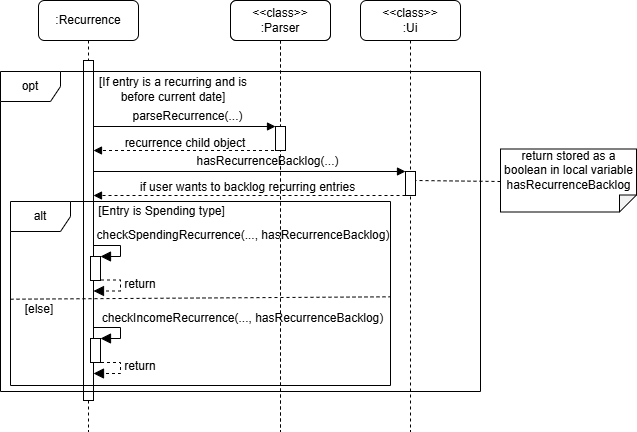
Before: docs/Diagrams/Recurrence/recurrenceBacklogSD.png, a diagram exported from draw.io (wongwh2002/CS2113TeamProject). Source tidied: cells renumbered, new cells last; positions are measured from the earlier drawing's top-left corner, leaving out a move shared by most shapes.
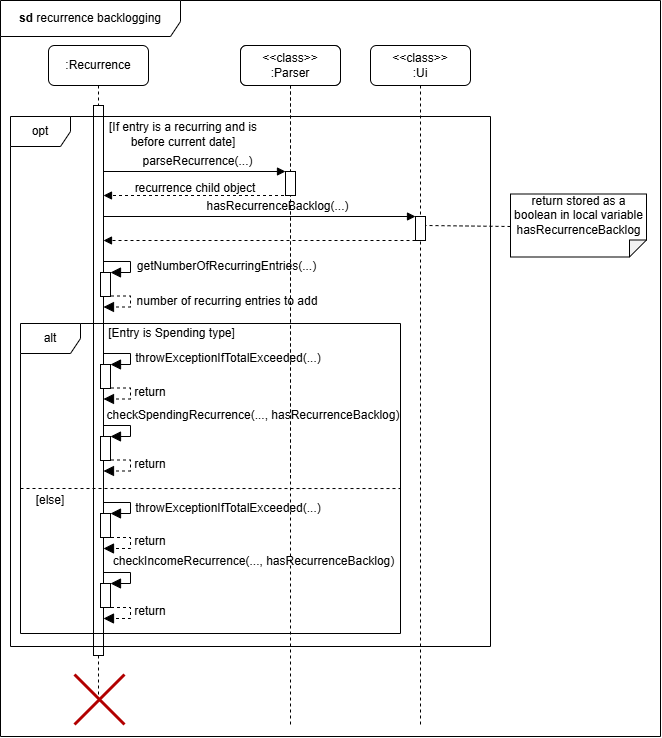
After the change.

Diff of the diagram source:
```diff
@@ -3,16 +3,16 @@
     <mxCell id="0" />
     <mxCell id="1" parent="0" />
     <mxCell id="2" value=":Recurrence" style="shape=umlLifeline;rounded=1;perimeter=lifelinePerimeter;whiteSpace=wrap;html=1;newEdgeStyle={&quot;edgeStyle&quot;:&quot;elbowEdgeStyle&quot;,&quot;elbow&quot;:&quot;vertical&quot;,&quot;curved&quot;:0,&quot;rounded&quot;:0};" parent="1" vertex="1">
-      <mxGeometry x="38" width="100" height="431" as="geometry" />
+      <mxGeometry x="38" width="100" height="651" as="geometry" />
     </mxCell>
     <mxCell id="3" style="html=1;perimeter=orthogonalPerimeter;targetShapes=umlLifeline;newEdgeStyle={&quot;edgeStyle&quot;:&quot;elbowEdgeStyle&quot;,&quot;elbow&quot;:&quot;vertical&quot;,&quot;curved&quot;:0,&quot;rounded&quot;:0};" parent="2" vertex="1">
-      <mxGeometry x="45" y="60" width="10" height="340" as="geometry" />
+      <mxGeometry x="45" y="60" width="10" height="550" as="geometry" />
     </mxCell>
     <mxCell id="4" style="html=1;perimeter=orthogonalPerimeter;targetShapes=umlLifeline;newEdgeStyle={&quot;edgeStyle&quot;:&quot;elbowEdgeStyle&quot;,&quot;elbow&quot;:&quot;vertical&quot;,&quot;curved&quot;:0,&quot;rounded&quot;:0};" parent="2" vertex="1">
-      <mxGeometry x="52" y="338" width="10" height="24" as="geometry" />
+      <mxGeometry x="52" y="538" width="10" height="24" as="geometry" />
     </mxCell>
     <mxCell id="5" value="opt" style="shape=umlFrame;whiteSpace=wrap;html=1;" parent="1" vertex="1">
-      <mxGeometry y="71" width="480" height="320" as="geometry" />
+      <mxGeometry y="71" width="480" height="530" as="geometry" />
     </mxCell>
     <mxCell id="6" value="[If entry is a recurring and is before current date]" style="text;html=1;align=center;verticalAlign=middle;whiteSpace=wrap;rounded=0;" parent="1" vertex="1">
       <mxGeometry x="85" y="74" width="176" height="30" as="geometry" />
@@ -46,13 +46,13 @@
       </mxGeometry>
     </mxCell>
     <mxCell id="14" value="&amp;lt;&amp;lt;class&amp;gt;&amp;gt;&lt;br&gt;:Parser" style="shape=umlLifeline;rounded=1;perimeter=lifelinePerimeter;whiteSpace=wrap;html=1;newEdgeStyle={&quot;edgeStyle&quot;:&quot;elbowEdgeStyle&quot;,&quot;elbow&quot;:&quot;vertical&quot;,&quot;curved&quot;:0,&quot;rounded&quot;:0};" parent="1" vertex="1">
-      <mxGeometry x="230" width="100" height="431" as="geometry" />
+      <mxGeometry x="230" width="100" height="681" as="geometry" />
     </mxCell>
     <mxCell id="15" style="html=1;perimeter=orthogonalPerimeter;targetShapes=umlLifeline;newEdgeStyle={&quot;edgeStyle&quot;:&quot;elbowEdgeStyle&quot;,&quot;elbow&quot;:&quot;vertical&quot;,&quot;curved&quot;:0,&quot;rounded&quot;:0};" parent="14" vertex="1">
       <mxGeometry x="45" y="126" width="10" height="24" as="geometry" />
     </mxCell>
     <mxCell id="16" value="&amp;lt;&amp;lt;class&amp;gt;&amp;gt;&lt;br&gt;:Ui" style="shape=umlLifeline;rounded=1;perimeter=lifelinePerimeter;whiteSpace=wrap;html=1;newEdgeStyle={&quot;edgeStyle&quot;:&quot;elbowEdgeStyle&quot;,&quot;elbow&quot;:&quot;vertical&quot;,&quot;curved&quot;:0,&quot;rounded&quot;:0};" parent="1" vertex="1">
-      <mxGeometry x="360" width="100" height="431" as="geometry" />
+      <mxGeometry x="360" width="100" height="681" as="geometry" />
     </mxCell>
     <mxCell id="17" style="html=1;points=[];perimeter=orthogonalPerimeter;outlineConnect=0;targetShapes=umlLifeline;portConstraint=eastwest;newEdgeStyle={&quot;edgeStyle&quot;:&quot;elbowEdgeStyle&quot;,&quot;elbow&quot;:&quot;vertical&quot;,&quot;curved&quot;:0,&quot;rounded&quot;:0};" parent="16" vertex="1">
       <mxGeometry x="45" y="171" width="10" height="24" as="geometry" />
@@ -65,56 +65,59 @@
         <mxPoint x="93" y="195" as="targetPoint" />
       </mxGeometry>
     </mxCell>
-    <mxCell id="20" value="if user wants to backlog recurring entries" style="text;html=1;align=center;verticalAlign=middle;whiteSpace=wrap;rounded=0;" parent="1" vertex="1">
-      <mxGeometry x="110" y="177" width="275" height="20" as="geometry" />
+    <mxCell id="20" value="getNumberOfRecurringEntries(...)" style="text;html=1;align=center;verticalAlign=middle;whiteSpace=wrap;rounded=0;" parent="1" vertex="1">
+      <mxGeometry x="123.5" y="211" width="185" height="20" as="geometry" />
     </mxCell>
     <mxCell id="21" value="alt" style="shape=umlFrame;whiteSpace=wrap;html=1;" parent="1" vertex="1">
-      <mxGeometry x="10" y="201" width="380" height="184" as="geometry" />
+      <mxGeometry x="10" y="278" width="380" height="310" as="geometry" />
     </mxCell>
-    <mxCell id="22" style="endArrow=none;dashed=1;html=1;rounded=0;exitX=0;exitY=0.531;exitDx=0;exitDy=0;exitPerimeter=0;entryX=1;entryY=0.518;entryDx=0;entryDy=0;entryPerimeter=0;" parent="1" edge="1" source="21" target="21">
-      <mxGeometry relative="1" as="geometry" />
+    <mxCell id="22" style="endArrow=none;dashed=1;html=1;rounded=0;entryX=1;entryY=0.518;entryDx=0;entryDy=0;entryPerimeter=0;" parent="1" edge="1">
+      <mxGeometry relative="1" as="geometry">
+        <mxPoint x="10" y="443" as="sourcePoint" />
+        <mxPoint x="390" y="443" as="targetPoint" />
+      </mxGeometry>
     </mxCell>
     <mxCell id="23" style="html=1;perimeter=orthogonalPerimeter;targetShapes=umlLifeline;newEdgeStyle={&quot;edgeStyle&quot;:&quot;elbowEdgeStyle&quot;,&quot;elbow&quot;:&quot;vertical&quot;,&quot;curved&quot;:0,&quot;rounded&quot;:0};" parent="1" vertex="1">
-      <mxGeometry x="90" y="256" width="10" height="24" as="geometry" />
+      <mxGeometry x="90" y="391" width="10" height="24" as="geometry" />
     </mxCell>
     <mxCell id="24" style="edgeStyle=elbowEdgeStyle;elbow=horizontal;endArrow=block;html=1;curved=0;rounded=0;endSize=8;startSize=8;endFill=1;" parent="1" edge="1">
       <mxGeometry relative="1" as="geometry">
-        <mxPoint x="93" y="245" as="sourcePoint" />
-        <mxPoint x="100" y="256" as="targetPoint" />
+        <mxPoint x="93" y="380" as="sourcePoint" />
+        <mxPoint x="100" y="391" as="targetPoint" />
         <Array as="points">
-          <mxPoint x="120" y="245" />
+          <mxPoint x="120" y="380" />
         </Array>
       </mxGeometry>
     </mxCell>
     <mxCell id="25" value="checkSpendingRecurrence(..., hasRecurrenceBacklog)" style="text;html=1;align=center;verticalAlign=middle;whiteSpace=wrap;rounded=0;" parent="1" vertex="1">
-      <mxGeometry x="93" y="225" width="300" height="20" as="geometry" />
+      <mxGeometry x="93" y="360" width="300" height="20" as="geometry" />
     </mxCell>
     <mxCell id="26" value="checkIncomeRecurrence(..., hasRecurrenceBacklog)" style="text;html=1;align=center;verticalAlign=middle;whiteSpace=wrap;rounded=0;" parent="1" vertex="1">
-      <mxGeometry x="90" y="308" width="305" height="20" as="geometry" />
+      <mxGeometry x="90.5" y="505.5" width="305" height="20" as="geometry" />
     </mxCell>
     <mxCell id="27" style="edgeStyle=elbowEdgeStyle;elbow=horizontal;endArrow=block;html=1;curved=0;rounded=0;endSize=8;startSize=8;endFill=1;" parent="1" edge="1">
       <mxGeometry relative="1" as="geometry">
-        <mxPoint x="93" y="327" as="sourcePoint" />
-        <mxPoint x="100" y="338" as="targetPoint" />
+        <mxPoint x="93" y="527" as="sourcePoint" />
+        <mxPoint x="100" y="538" as="targetPoint" />
         <Array as="points">
-          <mxPoint x="120" y="377" />
+          <mxPoint x="120" y="577" />
         </Array>
       </mxGeometry>
     </mxCell>
     <mxCell id="28" style="edgeStyle=elbowEdgeStyle;elbow=horizontal;endArrow=block;html=1;curved=0;rounded=0;endSize=8;startSize=8;endFill=1;entryX=0.954;entryY=0.557;entryDx=0;entryDy=0;entryPerimeter=0;dashed=1;" parent="1" edge="1">
       <mxGeometry relative="1" as="geometry">
-        <mxPoint x="100.5" y="362" as="sourcePoint" />
-        <mxPoint x="93" y="373" as="targetPoint" />
+        <mxPoint x="100.5" y="562" as="sourcePoint" />
+        <mxPoint x="93" y="573" as="targetPoint" />
         <Array as="points">
-          <mxPoint x="120" y="362" />
+          <mxPoint x="120" y="562" />
         </Array>
       </mxGeometry>
     </mxCell>
     <mxCell id="29" value="return" style="text;html=1;align=center;verticalAlign=middle;whiteSpace=wrap;rounded=0;" parent="1" vertex="1">
-      <mxGeometry x="110" y="269" width="60" height="30" as="geometry" />
+      <mxGeometry x="110" y="404" width="60" height="30" as="geometry" />
     </mxCell>
     <mxCell id="30" value="return" style="text;html=1;align=center;verticalAlign=middle;whiteSpace=wrap;rounded=0;" parent="1" vertex="1">
-      <mxGeometry x="110" y="351" width="60" height="30" as="geometry" />
+      <mxGeometry x="110" y="551" width="60" height="30" as="geometry" />
     </mxCell>
     <mxCell id="31" style="shape=note;whiteSpace=wrap;html=1;backgroundOutline=1;darkOpacity=0.05;rotation=-90;flipV=1;flipH=1;fontSize=12;size=17;" parent="1" vertex="1">
       <mxGeometry x="536.5" y="112" width="63" height="136" as="geometry" />
@@ -130,18 +133,102 @@
     </mxCell>
     <mxCell id="34" style="edgeStyle=elbowEdgeStyle;elbow=horizontal;endArrow=block;html=1;curved=0;rounded=0;endSize=8;startSize=8;endFill=1;entryX=0.954;entryY=0.557;entryDx=0;entryDy=0;entryPerimeter=0;dashed=1;" parent="1" edge="1">
       <mxGeometry relative="1" as="geometry">
-        <mxPoint x="100.5" y="279.5" as="sourcePoint" />
-        <mxPoint x="93" y="290.5" as="targetPoint" />
+        <mxPoint x="100.5" y="414.5" as="sourcePoint" />
+        <mxPoint x="93" y="425.5" as="targetPoint" />
         <Array as="points">
-          <mxPoint x="120" y="279.5" />
+          <mxPoint x="120" y="414.5" />
         </Array>
       </mxGeometry>
     </mxCell>
     <mxCell id="35" value="[else]" style="text;html=1;align=center;verticalAlign=middle;whiteSpace=wrap;rounded=0;" parent="1" vertex="1">
-      <mxGeometry x="9" y="302" width="60" height="13" as="geometry" />
+      <mxGeometry x="10" y="448" width="60" height="13" as="geometry" />
     </mxCell>
     <mxCell id="36" value="[Entry is Spending type]" style="text;html=1;align=center;verticalAlign=middle;whiteSpace=wrap;rounded=0;" parent="1" vertex="1">
-      <mxGeometry x="94" y="204" width="135" height="13" as="geometry" />
+      <mxGeometry x="94" y="281" width="135" height="13" as="geometry" />
     </mxCell>
+    <mxCell id="37" value="&lt;b&gt;sd &lt;/b&gt;recurrence backlogging" style="shape=umlFrame;whiteSpace=wrap;html=1;width=180;height=36;" parent="1" vertex="1">
+      <mxGeometry x="-10" y="-45" width="660" height="736" as="geometry" />
+    </mxCell>
+    <mxCell id="38" style="html=1;perimeter=orthogonalPerimeter;targetShapes=umlLifeline;newEdgeStyle={&quot;edgeStyle&quot;:&quot;elbowEdgeStyle&quot;,&quot;elbow&quot;:&quot;vertical&quot;,&quot;curved&quot;:0,&quot;rounded&quot;:0};" parent="1" vertex="1">
+      <mxGeometry x="90" y="319" width="10" height="24" as="geometry" />
+    </mxCell>
+    <mxCell id="39" style="edgeStyle=elbowEdgeStyle;elbow=horizontal;endArrow=block;html=1;curved=0;rounded=0;endSize=8;startSize=8;endFill=1;" parent="1" edge="1">
+      <mxGeometry relative="1" as="geometry">
+        <mxPoint x="93" y="308" as="sourcePoint" />
+        <mxPoint x="100" y="319" as="targetPoint" />
+        <Array as="points">
+          <mxPoint x="120" y="308" />
+        </Array>
+      </mxGeometry>
+    </mxCell>
+    <mxCell id="40" value="return" style="text;html=1;align=center;verticalAlign=middle;whiteSpace=wrap;rounded=0;" parent="1" vertex="1">
+      <mxGeometry x="110" y="332" width="60" height="30" as="geometry" />
+    </mxCell>
+    <mxCell id="41" style="edgeStyle=elbowEdgeStyle;elbow=horizontal;endArrow=block;html=1;curved=0;rounded=0;endSize=8;startSize=8;endFill=1;entryX=0.954;entryY=0.557;entryDx=0;entryDy=0;entryPerimeter=0;dashed=1;" parent="1" edge="1">
+      <mxGeometry relative="1" as="geometry">
+        <mxPoint x="100.5" y="342.5" as="sourcePoint" />
+        <mxPoint x="93" y="353.5" as="targetPoint" />
+        <Array as="points">
+          <mxPoint x="120" y="342.5" />
+        </Array>
+      </mxGeometry>
+    </mxCell>
+    <mxCell id="42" style="html=1;perimeter=orthogonalPerimeter;targetShapes=umlLifeline;newEdgeStyle={&quot;edgeStyle&quot;:&quot;elbowEdgeStyle&quot;,&quot;elbow&quot;:&quot;vertical&quot;,&quot;curved&quot;:0,&quot;rounded&quot;:0};" parent="1" vertex="1">
+      <mxGeometry x="90" y="468" width="10" height="24" as="geometry" />
+    </mxCell>
+    <mxCell id="43" style="edgeStyle=elbowEdgeStyle;elbow=horizontal;endArrow=block;html=1;curved=0;rounded=0;endSize=8;startSize=8;endFill=1;" parent="1" edge="1">
+      <mxGeometry relative="1" as="geometry">
+        <mxPoint x="93" y="457" as="sourcePoint" />
+        <mxPoint x="100" y="468" as="targetPoint" />
+        <Array as="points">
+          <mxPoint x="120" y="507" />
+        </Array>
+      </mxGeometry>
+    </mxCell>
+    <mxCell id="44" style="edgeStyle=elbowEdgeStyle;elbow=horizontal;endArrow=block;html=1;curved=0;rounded=0;endSize=8;startSize=8;endFill=1;entryX=0.954;entryY=0.557;entryDx=0;entryDy=0;entryPerimeter=0;dashed=1;" parent="1" edge="1">
+      <mxGeometry relative="1" as="geometry">
+        <mxPoint x="100.5" y="492" as="sourcePoint" />
+        <mxPoint x="93" y="503" as="targetPoint" />
+        <Array as="points">
+          <mxPoint x="120" y="492" />
+        </Array>
+      </mxGeometry>
+    </mxCell>
+    <mxCell id="45" value="return" style="text;html=1;align=center;verticalAlign=middle;whiteSpace=wrap;rounded=0;" parent="1" vertex="1">
+      <mxGeometry x="110" y="481" width="60" height="30" as="geometry" />
+    </mxCell>
+    <mxCell id="46" value="throwExceptionIfTotalExceeded(...)" style="text;html=1;align=center;verticalAlign=middle;whiteSpace=wrap;rounded=0;" parent="1" vertex="1">
+      <mxGeometry x="118" y="303" width="200" height="20" as="geometry" />
+    </mxCell>
+    <mxCell id="47" value="throwExceptionIfTotalExceeded(...)" style="text;html=1;align=center;verticalAlign=middle;whiteSpace=wrap;rounded=0;" parent="1" vertex="1">
+      <mxGeometry x="118" y="453" width="200" height="20" as="geometry" />
+    </mxCell>
+    <mxCell id="48" style="html=1;perimeter=orthogonalPerimeter;targetShapes=umlLifeline;newEdgeStyle={&quot;edgeStyle&quot;:&quot;elbowEdgeStyle&quot;,&quot;elbow&quot;:&quot;vertical&quot;,&quot;curved&quot;:0,&quot;rounded&quot;:0};" parent="1" vertex="1">
+      <mxGeometry x="90" y="227" width="10" height="24" as="geometry" />
+    </mxCell>
+    <mxCell id="49" style="edgeStyle=elbowEdgeStyle;elbow=horizontal;endArrow=block;html=1;curved=0;rounded=0;endSize=8;startSize=8;endFill=1;" parent="1" edge="1">
+      <mxGeometry relative="1" as="geometry">
+        <mxPoint x="93" y="216" as="sourcePoint" />
+        <mxPoint x="100" y="227" as="targetPoint" />
+        <Array as="points">
+          <mxPoint x="120" y="216" />
+        </Array>
+      </mxGeometry>
+    </mxCell>
+    <mxCell id="50" style="edgeStyle=elbowEdgeStyle;elbow=horizontal;endArrow=block;html=1;curved=0;rounded=0;endSize=8;startSize=8;endFill=1;entryX=0.954;entryY=0.557;entryDx=0;entryDy=0;entryPerimeter=0;dashed=1;" parent="1" edge="1">
+      <mxGeometry relative="1" as="geometry">
+        <mxPoint x="100.5" y="250.5" as="sourcePoint" />
+        <mxPoint x="93" y="261.5" as="targetPoint" />
+        <Array as="points">
+          <mxPoint x="120" y="250.5" />
+        </Array>
+      </mxGeometry>
+    </mxCell>
+    <mxCell id="51" value="number of recurring entries to add" style="text;html=1;align=center;verticalAlign=middle;whiteSpace=wrap;rounded=0;" parent="1" vertex="1">
+      <mxGeometry x="114" y="241" width="206" height="30" as="geometry" />
+    </mxCell>
+    <mxCell id="52" style="shape=umlDestroy;whiteSpace=wrap;html=1;strokeWidth=3;targetShapes=umlLifeline;fillColor=#e51400;fontColor=#ffffff;strokeColor=#B20000;" parent="1" vertex="1">
+      <mxGeometry x="64" y="629" width="50" height="50" as="geometry" />
+    </mxCell>
   </root>
 </mxGraphModel>
```
